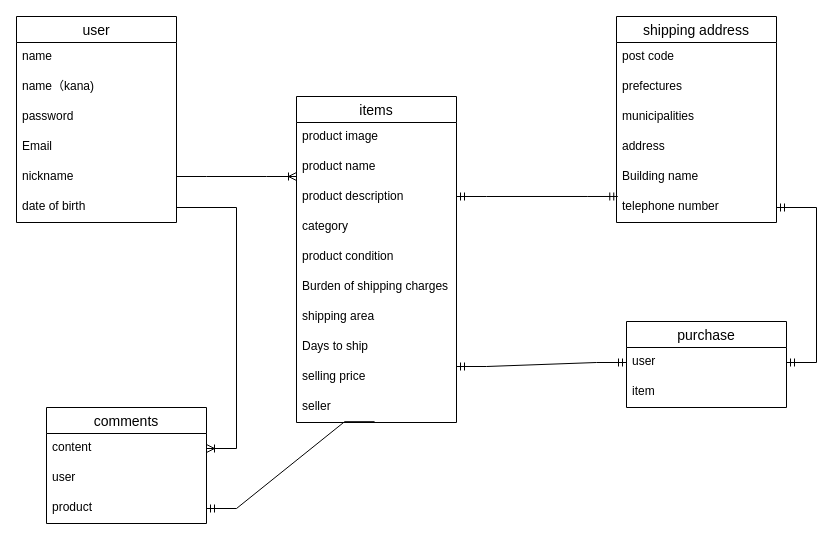
Earlier version of the draw.io diagram test.dio (pusann/furima-37365). Source tidied: cells renumbered, new cells numbered last; positions are measured from the earlier drawing's top-left corner, leaving out a move shared by most shapes. Both pictures are drawn from the tidied source at 100%, with x=0, y=0 at pixel (16, 16).
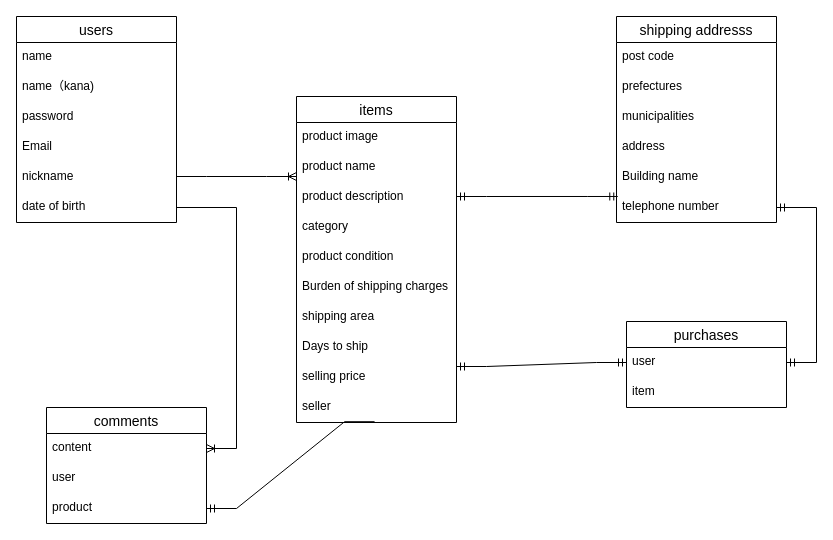
Above is the later version.

The edit, as a diff of the source:
```diff
@@
-    <mxCell id="13" value="user" style="swimlane;fontStyle=0;horizontal=1;startSize=26;align=center;fontSize=14;rounded=0;" parent="1" vertex="1">
+    <mxCell id="13" value="users" style="swimlane;fontStyle=0;horizontal=1;startSize=26;align=center;fontSize=14;rounded=0;" parent="1" vertex="1">
       <mxGeometry width="160" height="206" as="geometry" />
     </mxCell>
@@
-    <mxCell id="20" value="purchase" style="swimlane;fontStyle=0;horizontal=1;startSize=26;align=center;fontSize=14;rounded=0;" parent="1" vertex="1">
+    <mxCell id="20" value="purchases" style="swimlane;fontStyle=0;horizontal=1;startSize=26;align=center;fontSize=14;rounded=0;" parent="1" vertex="1">
       <mxGeometry x="610" y="305" width="160" height="86" as="geometry" />
     </mxCell>
@@
-    <mxCell id="23" value="shipping address" style="swimlane;fontStyle=0;horizontal=1;startSize=26;align=center;fontSize=14;rounded=0;" parent="1" vertex="1">
+    <mxCell id="23" value="shipping addresss" style="swimlane;fontStyle=0;horizontal=1;startSize=26;align=center;fontSize=14;rounded=0;" parent="1" vertex="1">
       <mxGeometry x="600" width="160" height="206" as="geometry" />
     </mxCell>
```
